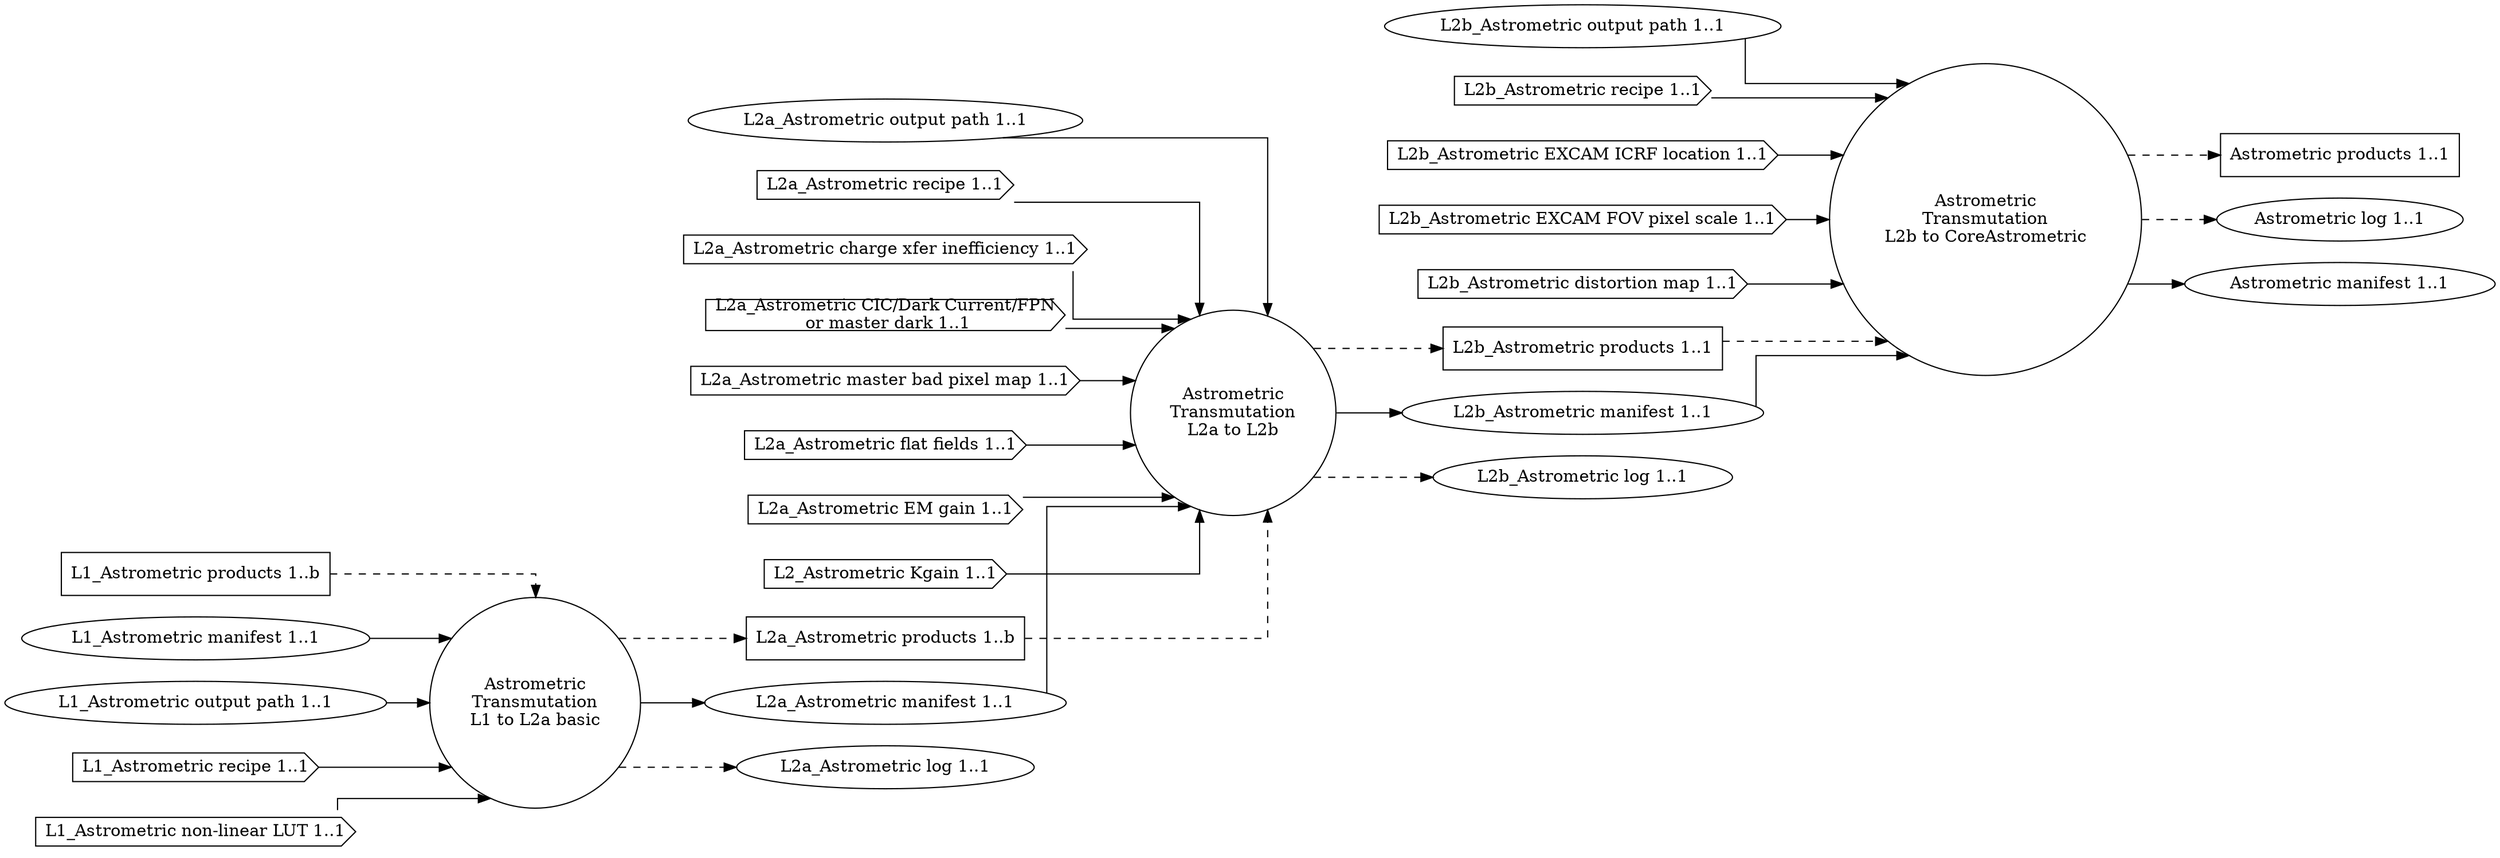
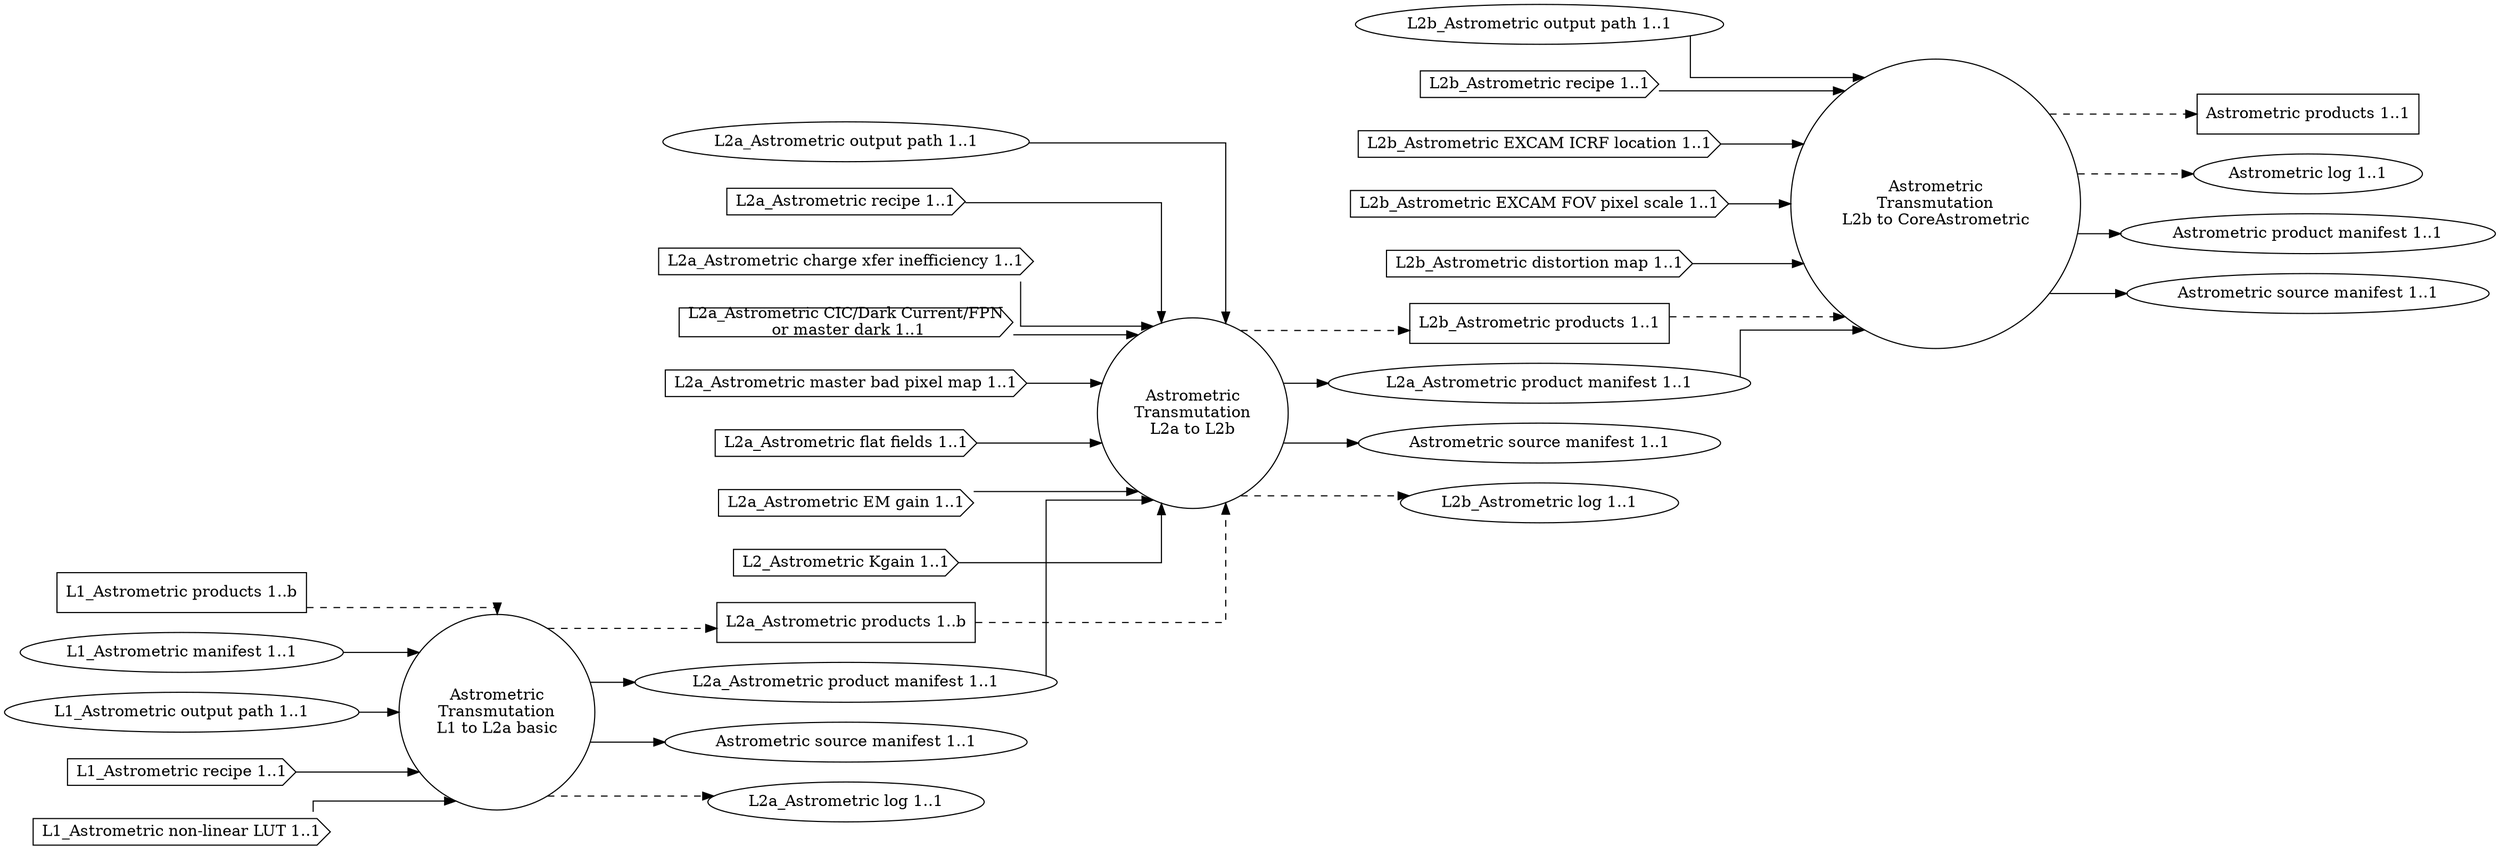
- digraph Astrometric
- {
-   graph [splines="ortho", rankdir=LR];
- 
-   trans_boresight_l1_l2a [label="Astrometric\nTransmutation\nL1 to L2a basic", shape="circle"];
-   trans_boresight_l2a_l2b [label="Astrometric\nTransmutation\nL2a to L2b", shape="circle"];
-   trans_boresight_l2b_aboresight [label="Astrometric\nTransmutation\nL2b to CoreAstrometric", shape="circle"];
- 
-   l1_boresight_prod [label="L1_Astrometric products 1..b", shape="rectangle"];
-   l1_boresight_man [label="L1_Astrometric manifest 1..1", shape="ellipse"];
-   l1_boresight_odir [label="L1_Astrometric output path 1..1", shape="ellipse"];
-   l1_boresight_rec [label="L1_Astrometric recipe 1..1", shape="cds"];
-   l1_boresight_nllut [label="L1_Astrometric non-linear LUT 1..1", shape="cds"];
- 
-   l2a_boresight_prod [label="L2a_Astrometric products 1..b", shape="rectangle"];
-   l2a_boresight_man [label="L2a_Astrometric manifest 1..1", shape="ellipse"];
-   l2a_boresight_odir [label="L2a_Astrometric output path 1..1", shape="ellipse"];
-   l2a_boresight_rec [label="L2a_Astrometric recipe 1..1", shape="cds"];
-   l2a_boresight_cti [label="L2a_Astrometric charge xfer inefficiency 1..1", shape="cds"];
-   l2a_boresight_dnb [label="L2a_Astrometric CIC/Dark Current/FPN\n or master dark 1..1", shape="cds"];
-   l2a_boresight_mbpm [label="L2a_Astrometric master bad pixel map 1..1", shape="cds"];
-   l2a_boresight_ff [label="L2a_Astrometric flat fields 1..1", shape="cds"];
-   l2a_boresight_emg [label="L2a_Astrometric EM gain 1..1", shape="cds"];
-   l2a_boresight_kgain [label="L2_Astrometric Kgain 1..1", shape="cds"];
-   l2a_boresight_log [label="L2a_Astrometric log 1..1", shape="ellipse"];
- 
-   l2b_boresight_prod [label="L2b_Astrometric products 1..1", shape="rectangle"];
-   l2b_boresight_man [label="L2b_Astrometric manifest 1..1", shape="ellipse"];
-   l2b_boresight_odir [label="L2b_Astrometric output path 1..1", shape="ellipse"];
-   l2b_boresight_rec [label="L2b_Astrometric recipe 1..1", shape="cds"];
-   l2b_boresight_excicrf [label="L2b_Astrometric EXCAM ICRF location 1..1", shape="cds"];
-   l2b_boresight_excfovps [label="L2b_Astrometric EXCAM FOV pixel scale 1..1", shape="cds"];
- 
-   l2b_boresight_distm [label="L2b_Astrometric distortion map 1..1", shape="cds"];
-   l2b_boresight_log [label="L2b_Astrometric log 1..1", shape="ellipse"];
- 
-   boresight_prod [label="Astrometric products 1..1", shape="rectangle"];
-   boresight_log [label="Astrometric log 1..1", shape="ellipse"];
-   boresight_man [label="Astrometric manifest 1..1", shape="ellipse"];
- 
-   l1_boresight_prod -> trans_boresight_l1_l2a [style="dashed"];
-   l1_boresight_man -> trans_boresight_l1_l2a;
-   l1_boresight_odir -> trans_boresight_l1_l2a;
-   l1_boresight_rec -> trans_boresight_l1_l2a;
-   l1_boresight_nllut -> trans_boresight_l1_l2a;
- 
-   trans_boresight_l1_l2a -> l2a_boresight_prod [style="dashed"];
-   trans_boresight_l1_l2a -> l2a_boresight_man;
-   trans_boresight_l1_l2a -> l2a_boresight_log [style="dashed"];
- 
-   l2a_boresight_prod -> trans_boresight_l2a_l2b [style="dashed"];
-   l2a_boresight_kgain -> trans_boresight_l2a_l2b;
-   l2a_boresight_odir -> trans_boresight_l2a_l2b;
-   l2a_boresight_rec -> trans_boresight_l2a_l2b;
-   l2a_boresight_cti -> trans_boresight_l2a_l2b;
-   l2a_boresight_dnb -> trans_boresight_l2a_l2b;
-   l2a_boresight_mbpm -> trans_boresight_l2a_l2b;
-   l2a_boresight_ff -> trans_boresight_l2a_l2b;
-   l2a_boresight_emg -> trans_boresight_l2a_l2b;
-   l2a_boresight_man -> trans_boresight_l2a_l2b;
- 
-   trans_boresight_l2a_l2b -> l2b_boresight_prod [style="dashed"];
-   trans_boresight_l2a_l2b -> l2b_boresight_log [style="dashed"];
-   trans_boresight_l2a_l2b -> l2b_boresight_man;
- 
-   l2b_boresight_prod -> trans_boresight_l2b_aboresight [style="dashed"];
-   l2b_boresight_man -> trans_boresight_l2b_aboresight;
-   l2b_boresight_odir -> trans_boresight_l2b_aboresight;
-   l2b_boresight_rec -> trans_boresight_l2b_aboresight;
-   l2b_boresight_excicrf -> trans_boresight_l2b_aboresight;
-   l2b_boresight_excfovps -> trans_boresight_l2b_aboresight;
-   l2b_boresight_distm -> trans_boresight_l2b_aboresight;
-   trans_boresight_l2b_aboresight -> boresight_prod [style="dashed"];
-   trans_boresight_l2b_aboresight -> boresight_man;
-   trans_boresight_l2b_aboresight -> boresight_log [style="dashed"];
- 
+ digraph Astrometric {
+ graph [splines="ortho", rankdir=LR];
+ trans_cal_boresight_l1_l2a [label="Astrometric\nTransmutation\nL1 to L2a basic", shape="circle", runname="l1.transmutation_cal_boresight", runtype="dawgie.Algorithm", fsmtype="dip.base.Runner"];
+ trans_cal_boresight_l2a_l2b [label="Astrometric\nTransmutation\nL2a to L2b", shape="circle", runname="l2a.transmutation_cal_boresight", runtype="dawgie.Algorithm", fsmtype="dip.base.Runner"];
+ trans_cal_boresight_l2b_aboresight [label="Astrometric\nTransmutation\nL2b to CoreAstrometric", shape="circle", runname="l2b.transmutation_cal_boresight", runtype="dawgie.Algorithm", fsmtype="dip.base.Runner"];
+ l1_cal_boresight_prod [label="L1_Astrometric products 1..b", shape="rectangle"];
+ l1_cal_boresight_man [label="L1_Astrometric manifest 1..1", shape="ellipse"];
+ l1_cal_boresight_odir [label="L1_Astrometric output path 1..1", shape="ellipse"];
+ l1_cal_boresight_rec [label="L1_Astrometric recipe 1..1", shape="cds"];
+ l1_cal_boresight_nllut [label="L1_Astrometric non-linear LUT 1..1", shape="cds"];
+ l2a_cal_boresight_prod [label="L2a_Astrometric products 1..b", shape="rectangle"];
+ l2a_cal_boresight_man [label="L2a_Astrometric product manifest 1..1", shape="ellipse", valname="l1.transmutation_cal_boresight.product.manifest", valtype="dip.base.Manifest"];
+ l2a_cal_boresight_src [label="Astrometric source manifest 1..1", shape="ellipse", shape="ellipse", valname="l1.transmutation_cal_boresight.source.manifest", valtype="dip.base.Manifest"];
+ l2a_cal_boresight_odir [label="L2a_Astrometric output path 1..1", shape="ellipse"];
+ l2a_cal_boresight_rec [label="L2a_Astrometric recipe 1..1", shape="cds"];
+ l2a_cal_boresight_cti [label="L2a_Astrometric charge xfer inefficiency 1..1", shape="cds"];
+ l2a_cal_boresight_dnb [label="L2a_Astrometric CIC/Dark Current/FPN\n or master dark 1..1", shape="cds"];
+ l2a_cal_boresight_mbpm [label="L2a_Astrometric master bad pixel map 1..1", shape="cds"];
+ l2a_cal_boresight_ff [label="L2a_Astrometric flat fields 1..1", shape="cds"];
+ l2a_cal_boresight_emg [label="L2a_Astrometric EM gain 1..1", shape="cds"];
+ l2a_cal_boresight_kgain [label="L2_Astrometric Kgain 1..1", shape="cds"];
+ l2a_cal_boresight_log [label="L2a_Astrometric log 1..1", shape="ellipse"];
+ l2b_cal_boresight_prod [label="L2b_Astrometric products 1..1", shape="rectangle"];
+ l2b_cal_boresight_man [label="L2a_Astrometric product manifest 1..1", shape="ellipse", valname="l2a.transmutation_cal_boresight.product.manifest", valtype="dip.base.Manifest"];
+ l2b_cal_boresight_src [label="Astrometric source manifest 1..1", shape="ellipse", shape="ellipse", valname="l2a.transmutation_cal_boresight.source.manifest", valtype="dip.base.Manifest"];
+ l2b_cal_boresight_odir [label="L2b_Astrometric output path 1..1", shape="ellipse"];
+ l2b_cal_boresight_rec [label="L2b_Astrometric recipe 1..1", shape="cds"];
+ l2b_cal_boresight_excicrf [label="L2b_Astrometric EXCAM ICRF location 1..1", shape="cds"];
+ l2b_cal_boresight_excfovps [label="L2b_Astrometric EXCAM FOV pixel scale 1..1", shape="cds"];
+ l2b_cal_boresight_distm [label="L2b_Astrometric distortion map 1..1", shape="cds"];
+ l2b_cal_boresight_log [label="L2b_Astrometric log 1..1", shape="ellipse"];
+ cal_boresight_prod [label="Astrometric products 1..1", shape="rectangle"];
+ cal_boresight_log [label="Astrometric log 1..1", shape="ellipse"];
+ cal_boresight_man [label="Astrometric product manifest 1..1", shape="ellipse", shape="ellipse", valname="l2b.transmutation_cal_boresight.product.manifest", valtype="dip.base.Manifest"];
+ cal_boresight_src [label="Astrometric source manifest 1..1", shape="ellipse", shape="ellipse", valname="l2b.transmutation_cal_boresight.source.manifest", valtype="dip.base.Manifest"];
+ l1_cal_boresight_prod -> trans_cal_boresight_l1_l2a [style="dashed"];
+ l1_cal_boresight_man -> trans_cal_boresight_l1_l2a;
+ l1_cal_boresight_odir -> trans_cal_boresight_l1_l2a;
+ l1_cal_boresight_rec -> trans_cal_boresight_l1_l2a;
+ l1_cal_boresight_nllut -> trans_cal_boresight_l1_l2a;
+ trans_cal_boresight_l1_l2a -> l2a_cal_boresight_prod [style="dashed"];
+ trans_cal_boresight_l1_l2a -> l2a_cal_boresight_man;
+ trans_cal_boresight_l1_l2a -> l2a_cal_boresight_src;
+ trans_cal_boresight_l1_l2a -> l2a_cal_boresight_log [style="dashed"];
+ l2a_cal_boresight_prod -> trans_cal_boresight_l2a_l2b [style="dashed"];
+ l2a_cal_boresight_kgain -> trans_cal_boresight_l2a_l2b;
+ l2a_cal_boresight_odir -> trans_cal_boresight_l2a_l2b;
+ l2a_cal_boresight_rec -> trans_cal_boresight_l2a_l2b;
+ l2a_cal_boresight_cti -> trans_cal_boresight_l2a_l2b;
+ l2a_cal_boresight_dnb -> trans_cal_boresight_l2a_l2b;
+ l2a_cal_boresight_mbpm -> trans_cal_boresight_l2a_l2b;
+ l2a_cal_boresight_ff -> trans_cal_boresight_l2a_l2b;
+ l2a_cal_boresight_emg -> trans_cal_boresight_l2a_l2b;
+ l2a_cal_boresight_man -> trans_cal_boresight_l2a_l2b;
+ trans_cal_boresight_l2a_l2b -> l2b_cal_boresight_prod [style="dashed"];
+ trans_cal_boresight_l2a_l2b -> l2b_cal_boresight_log [style="dashed"];
+ trans_cal_boresight_l2a_l2b -> l2b_cal_boresight_man;
+ trans_cal_boresight_l2a_l2b -> l2b_cal_boresight_src;
+ l2b_cal_boresight_prod -> trans_cal_boresight_l2b_aboresight [style="dashed"];
+ l2b_cal_boresight_man -> trans_cal_boresight_l2b_aboresight;
+ l2b_cal_boresight_odir -> trans_cal_boresight_l2b_aboresight;
+ l2b_cal_boresight_rec -> trans_cal_boresight_l2b_aboresight;
+ l2b_cal_boresight_excicrf -> trans_cal_boresight_l2b_aboresight;
+ l2b_cal_boresight_excfovps -> trans_cal_boresight_l2b_aboresight;
+ l2b_cal_boresight_distm -> trans_cal_boresight_l2b_aboresight;
+ trans_cal_boresight_l2b_aboresight -> cal_boresight_prod [style="dashed"];
+ trans_cal_boresight_l2b_aboresight -> cal_boresight_man;
+ trans_cal_boresight_l2b_aboresight -> cal_boresight_src;
+ trans_cal_boresight_l2b_aboresight -> cal_boresight_log [style="dashed"];
}
